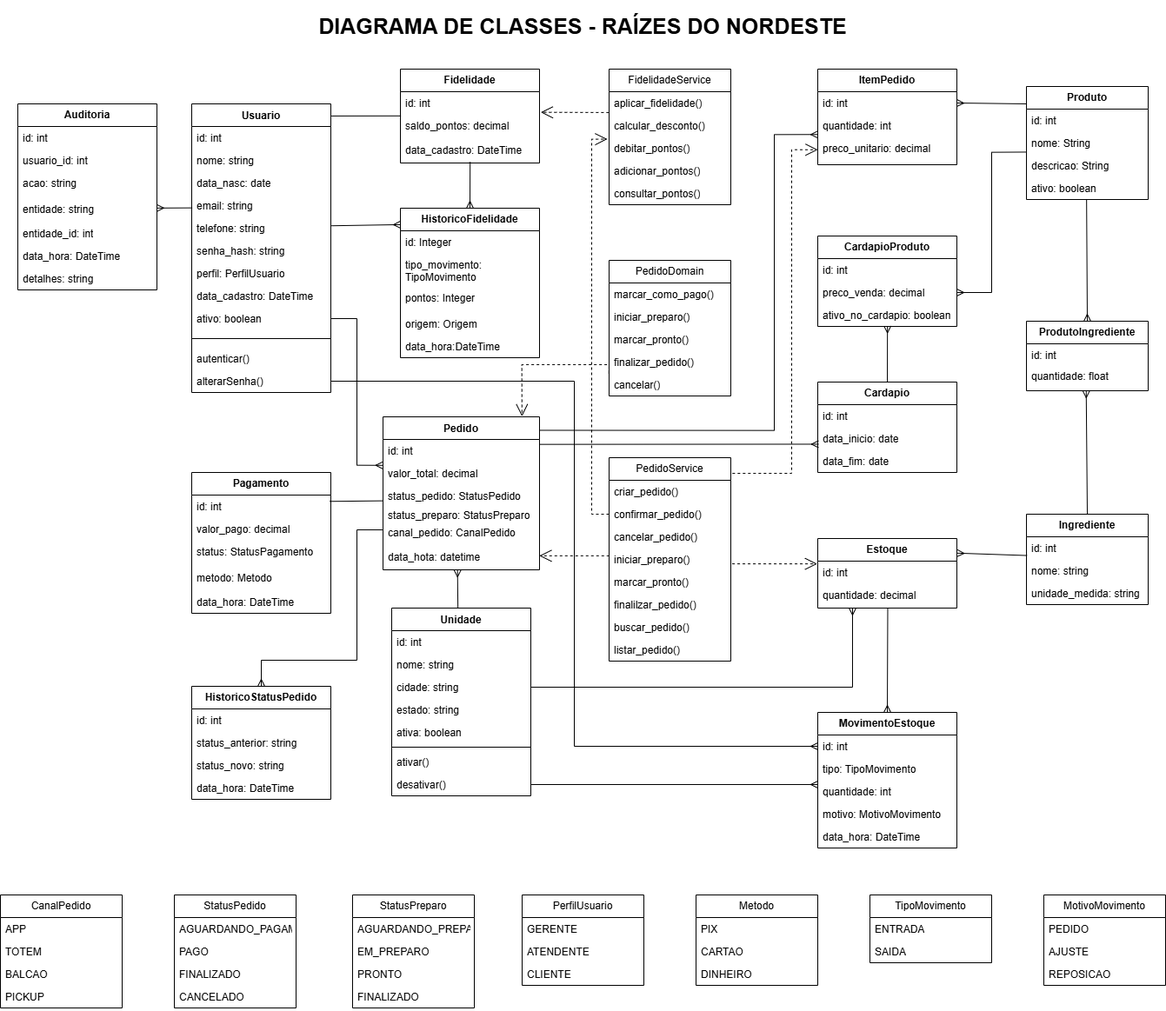
Above: docs/diagramas/Diagrama de Classes.png in Carlinha1112/RaizesDoNordeste-Backend (draw.io), before the change. Source tidied: cells renumbered, new cells last; positions are measured from the earlier drawing's top-left corner, leaving out a move shared by most shapes.
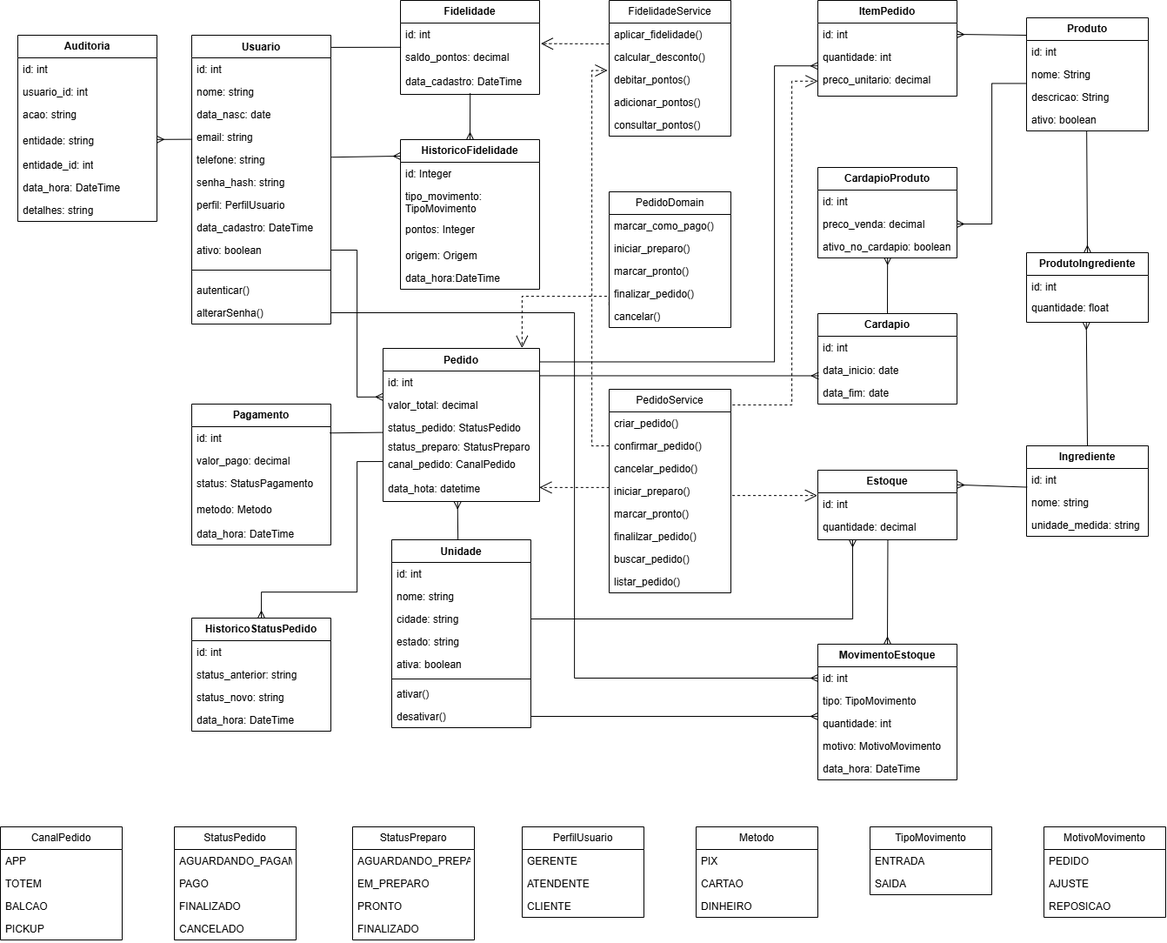
The same file after the commit.

What changed in the source:
```diff
@@ -506,9 +506,6 @@
     <mxCell id="160" style="endArrow=open;endSize=12;dashed=1;html=1;rounded=0;exitX=-0.001;exitY=-0.014;exitDx=0;exitDy=0;exitPerimeter=0;entryX=0.888;entryY=-0.003;entryDx=0;entryDy=0;entryPerimeter=0;edgeStyle=orthogonalEdgeStyle;" parent="1" edge="1" source="124" target="53">
       <mxGeometry relative="1" as="geometry" />
     </mxCell>
-    <mxCell id="161" value="&lt;font style=&quot;font-size: 25px;&quot;&gt;&lt;b&gt;DIAGRAMA DE CLASSES - RAÍZES DO NORDESTE&lt;/b&gt;&lt;/font&gt;" style="text;html=1;whiteSpace=wrap;strokeColor=none;fillColor=none;align=center;verticalAlign=middle;rounded=0;" parent="1" vertex="1">
-      <mxGeometry x="150" width="1040" height="60" as="geometry" />
-    </mxCell>
     <mxCell id="162" value="&lt;b&gt;Auditoria&lt;/b&gt;" style="swimlane;fontStyle=0;horizontal=1;startSize=26;fillColor=none;whiteSpace=wrap;html=1;" parent="1" vertex="1">
       <mxGeometry x="20" y="120" width="160" height="214" as="geometry" />
     </mxCell>
```
